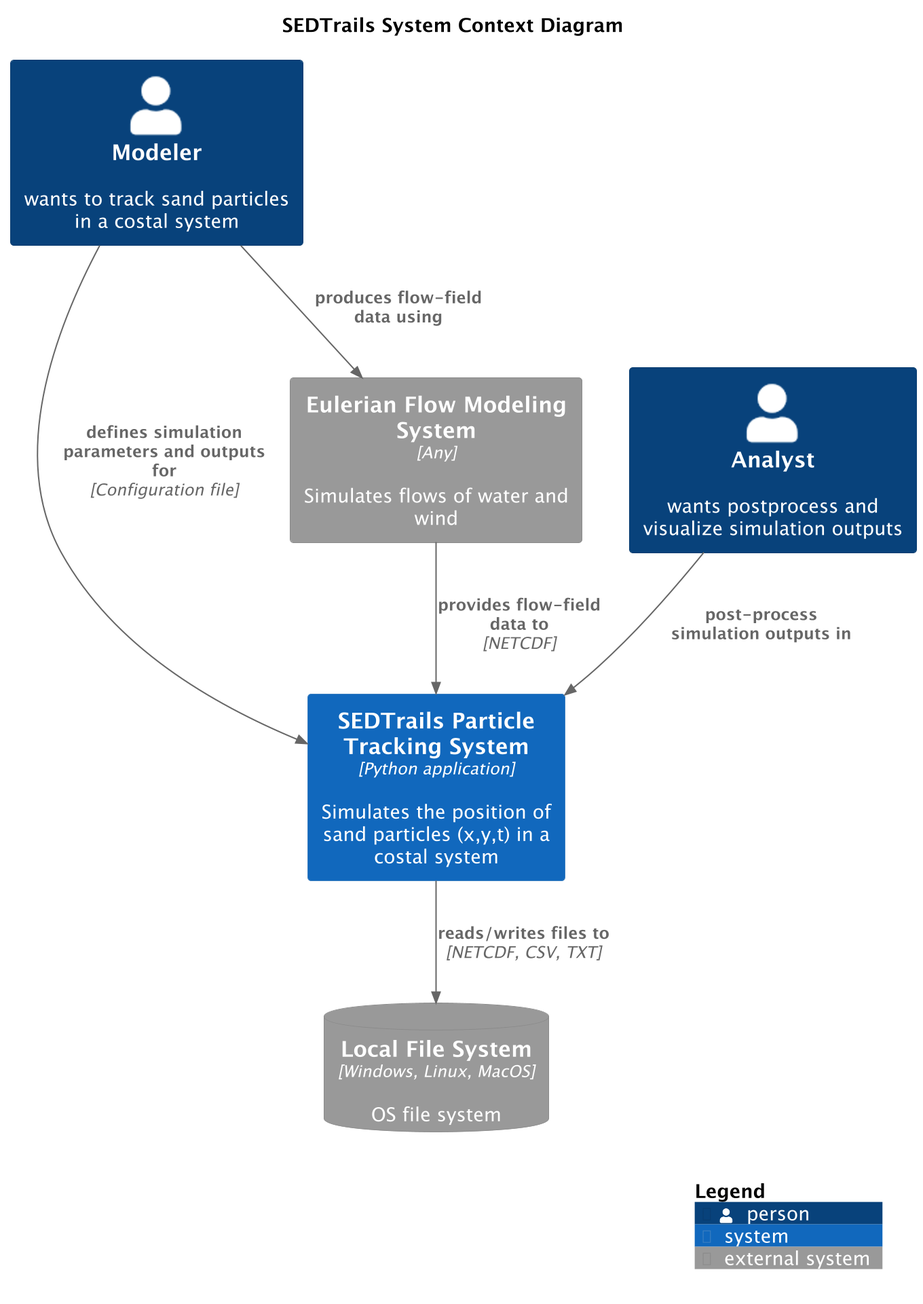
The PlantUML diagram img/v3/SedtrailContext.png in sgpearson17/sedtrails-sgp, before a commit. The source it was exported from:
```plantuml
@startuml SedtrailContext
!include ./c4/C4_Context.puml

title SEDTrails System Context Diagram
scale 2

Person(modeler, "Modeler", "wants to track sand particles in a costal system")
Person(analyst, "Analyst", "wants postprocess and visualize simulation outputs")


System(sedtrails, "SEDTrails Particle Tracking System", "Simulates the position of sand particles (x,y,t) in a costal system", $type="Python application")


System_Ext(flowSystem, "Eulerian Flow Modeling System", "Simulates flows of water and wind", $type="Any")

SystemDb_Ext(fileSystem, "Local File System", "OS file system", $type="Windows, Linux, MacOS")

Rel(analyst, sedtrails, "post-process simulation outputs in")
Rel(sedtrails, fileSystem, "reads/writes files to", "NETCDF, CSV, TXT")

Rel(modeler, sedtrails, "defines simulation parameters and outputs for", "Configuration file")
Rel(modeler, flowSystem, "produces flow-field data using")


Rel(flowSystem, sedtrails, "provides flow-field data to ", "NETCDF")

SHOW_LEGEND()
@enduml
```
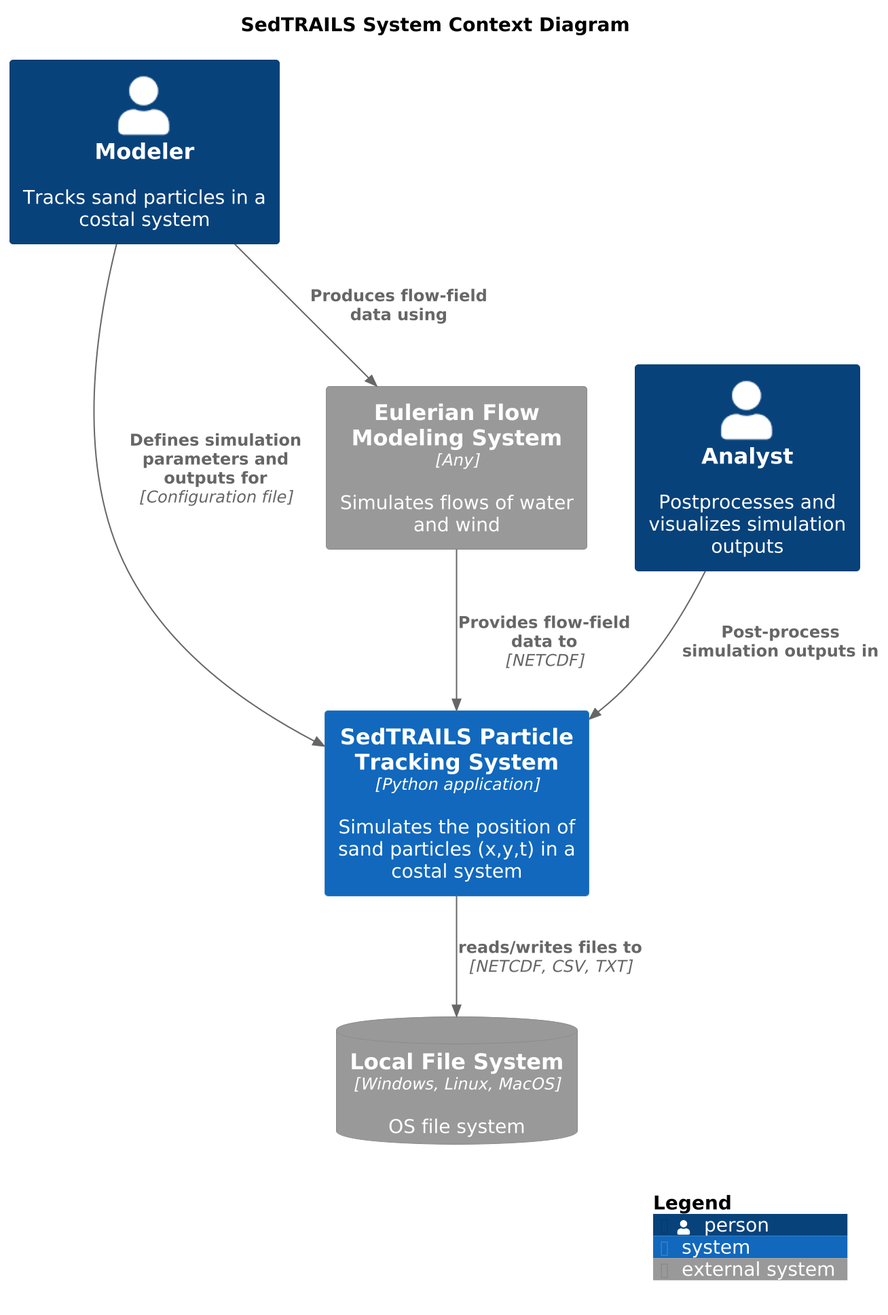
After the commit.

Commit message:
Add diagram outputs

Change to the diagram source:
```diff
@@ -1,28 +1,28 @@
 @startuml SedtrailContext
 !include ./c4/C4_Context.puml
 
-title SEDTrails System Context Diagram
+title SedTRAILS System Context Diagram
 scale 2
 
-Person(modeler, "Modeler", "wants to track sand particles in a costal system")
-Person(analyst, "Analyst", "wants postprocess and visualize simulation outputs")
+Person(modeler, "Modeler", "Tracks sand particles in a costal system")
+Person(analyst, "Analyst", "Postprocesses and visualizes simulation outputs")
 
 
-System(sedtrails, "SEDTrails Particle Tracking System", "Simulates the position of sand particles (x,y,t) in a costal system", $type="Python application")
+System(sedtrails, "SedTRAILS Particle Tracking System", "Simulates the position of sand particles (x,y,t) in a costal system", $type="Python application")
 
 
 System_Ext(flowSystem, "Eulerian Flow Modeling System", "Simulates flows of water and wind", $type="Any")
 
 SystemDb_Ext(fileSystem, "Local File System", "OS file system", $type="Windows, Linux, MacOS")
 
-Rel(analyst, sedtrails, "post-process simulation outputs in")
+Rel(analyst, sedtrails, "Post-process simulation outputs in")
 Rel(sedtrails, fileSystem, "reads/writes files to", "NETCDF, CSV, TXT")
 
-Rel(modeler, sedtrails, "defines simulation parameters and outputs for", "Configuration file")
-Rel(modeler, flowSystem, "produces flow-field data using")
+Rel(modeler, sedtrails, "Defines simulation parameters and outputs for", "Configuration file")
+Rel(modeler, flowSystem, "Produces flow-field data using")
 
 
-Rel(flowSystem, sedtrails, "provides flow-field data to ", "NETCDF")
+Rel(flowSystem, sedtrails, "Provides flow-field data to ", "NETCDF")
 
 SHOW_LEGEND()
 @enduml
```
